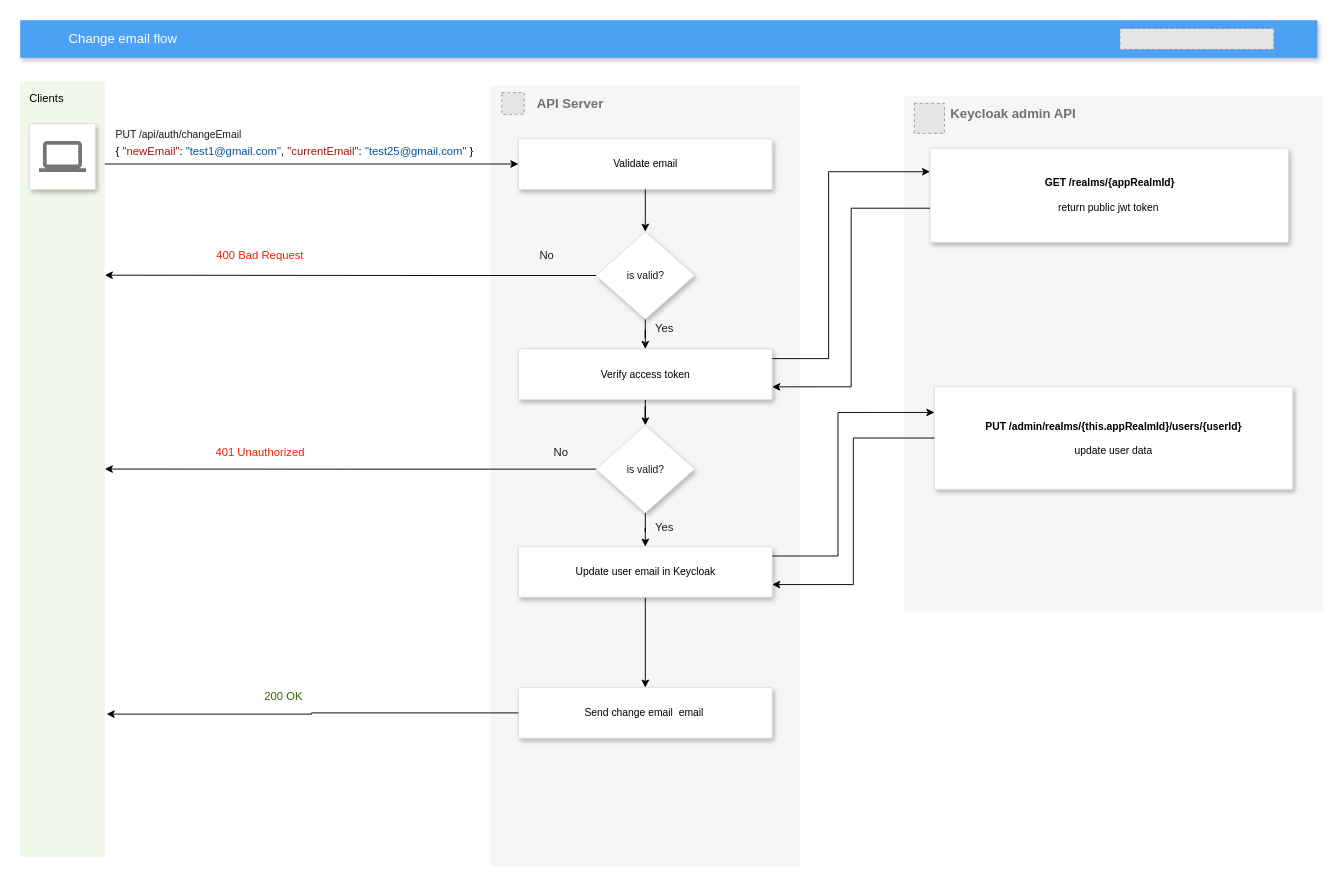
Above: diagrams/Copy of Copy of login-flow.drawio in koldunb/draw-io (draw.io), before the change. Source tidied: cells renumbered, new cells numbered last; positions are measured from the earlier drawing's top-left corner, leaving out a move shared by most shapes. Both pictures are drawn from the tidied source at 94%, with x=0, y=0 at pixel (20, 20). Pictures stored in the file or linked from it are replaced by grey dashed boxes.
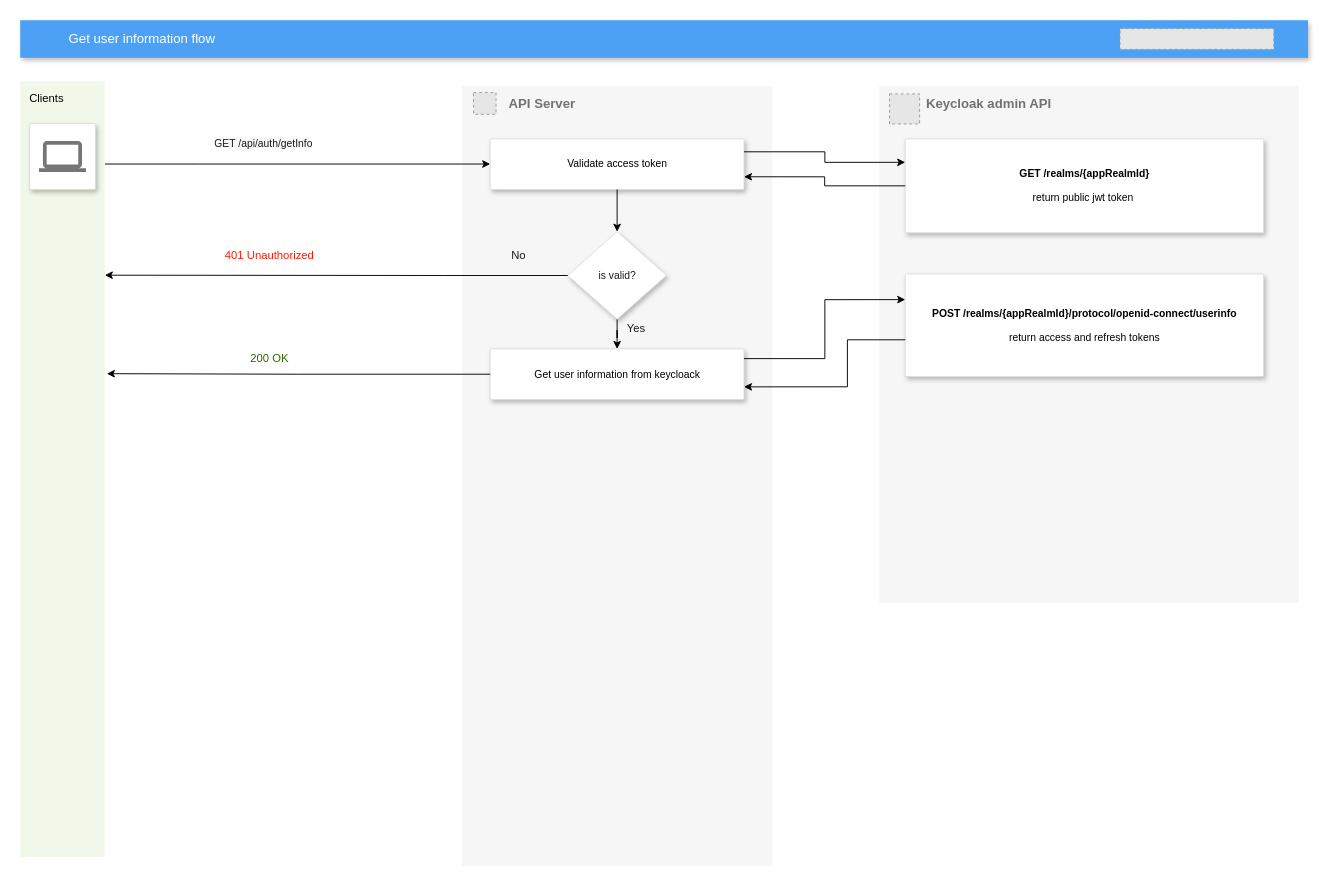
After the change.

Unchanged cells that the change refers to:
```xml
<mxCell id="20" value="&lt;font color=&quot;#000000&quot;&gt;Clients&lt;/font&gt;" style="rounded=1;absoluteArcSize=1;arcSize=0;html=1;strokeColor=none;gradientColor=none;shadow=0;dashed=0;fontSize=12;fontColor=#9E9E9E;align=left;verticalAlign=top;spacing=10;spacingTop=-4;fillColor=#F1F8E9;" parent="1" vertex="1">
  <mxGeometry y="65" width="90" height="825" as="geometry" />
</mxCell>
<mxCell id="26" value="&lt;b style=&quot;color: rgb(0, 0, 0);&quot;&gt;GET /realms/{appRealmId}&lt;/b&gt;&lt;br style=&quot;color: rgb(0, 0, 0);&quot;&gt;&lt;br style=&quot;color: rgb(0, 0, 0);&quot;&gt;&lt;span style=&quot;color: rgb(0, 0, 0);&quot;&gt;return public jwt token&amp;nbsp;&lt;/span&gt;&lt;font color=&quot;#000000&quot;&gt;&lt;br&gt;&lt;/font&gt;" style="strokeColor=#dddddd;fillColor=#ffffff;shadow=1;strokeWidth=1;rounded=1;absoluteArcSize=1;arcSize=2;fontSize=11;fontColor=#9E9E9E;align=center;html=1;" parent="24" vertex="1">
  <mxGeometry x="27.9" y="56.2" width="381.3" height="100" as="geometry" />
</mxCell>
```

Diff of the diagram source:
```diff
@@
     <mxCell id="2" value="&lt;b&gt;API Server&amp;nbsp;&lt;/b&gt;" style="fillColor=#F6F6F6;strokeColor=none;shadow=0;gradientColor=none;fontSize=14;align=left;spacing=10;fontColor=#717171;9E9E9E;verticalAlign=top;spacingTop=-4;fontStyle=0;spacingLeft=40;html=1;" parent="1" vertex="1">
-      <mxGeometry x="500" y="70" width="330" height="830" as="geometry" />
+      <mxGeometry x="470" y="70" width="330" height="830" as="geometry" />
     </mxCell>
@@
-    <mxCell id="4" value="&lt;font color=&quot;#000000&quot;&gt;Validate email&lt;/font&gt;" style="strokeColor=#dddddd;fillColor=#ffffff;shadow=1;strokeWidth=1;rounded=1;absoluteArcSize=1;arcSize=2;fontSize=11;fontColor=#9E9E9E;align=center;html=1;" parent="2" vertex="1">
+    <mxCell id="4" value="&lt;font color=&quot;#000000&quot;&gt;Validate access token&lt;/font&gt;" style="strokeColor=#dddddd;fillColor=#ffffff;shadow=1;strokeWidth=1;rounded=1;absoluteArcSize=1;arcSize=2;fontSize=11;fontColor=#9E9E9E;align=center;html=1;" parent="2" vertex="1">
       <mxGeometry x="30" y="56.2" width="270" height="53.8" as="geometry" />
     </mxCell>
@@
-    <mxCell id="10" style="edgeStyle=orthogonalEdgeStyle;rounded=0;jettySize=auto;html=1;" parent="2" edge="1" source="11" target="13">
-      <mxGeometry relative="1" as="geometry" />
-    </mxCell>
-    <mxCell id="11" value="&lt;font color=&quot;#000000&quot;&gt;Verify access token&lt;/font&gt;" style="strokeColor=#dddddd;fillColor=#ffffff;shadow=1;strokeWidth=1;rounded=1;absoluteArcSize=1;arcSize=2;fontSize=11;fontColor=#9E9E9E;align=center;html=1;" parent="2" vertex="1">
+    <mxCell id="11" value="&lt;font color=&quot;#000000&quot;&gt;Get user information from keycloack&lt;/font&gt;" style="strokeColor=#dddddd;fillColor=#ffffff;shadow=1;strokeWidth=1;rounded=1;absoluteArcSize=1;arcSize=2;fontSize=11;fontColor=#9E9E9E;align=center;html=1;" parent="2" vertex="1">
       <mxGeometry x="30" y="279.7" width="270" height="53.8" as="geometry" />
     </mxCell>
-    <mxCell id="12" style="edgeStyle=orthogonalEdgeStyle;rounded=0;jettySize=auto;html=1;" parent="2" edge="1" source="13" target="16">
-      <mxGeometry relative="1" as="geometry" />
-    </mxCell>
-    <mxCell id="13" value="&lt;span style=&quot;color: rgb(26, 26, 26);&quot;&gt;is valid?&lt;/span&gt;" style="rhombus;whiteSpace=wrap;html=1;fontSize=11;fillColor=#ffffff;strokeColor=#dddddd;fontColor=#9E9E9E;shadow=1;strokeWidth=1;rounded=1;arcSize=2;" parent="2" vertex="1">
-      <mxGeometry x="112.5" y="361" width="105" height="93.1" as="geometry" />
-    </mxCell>
-    <mxCell id="14" value="No" style="text;html=1;align=center;verticalAlign=middle;fillColor=none;strokeColor=none;rounded=0;fontColor=#1A1A1A;" parent="2" vertex="1">
-      <mxGeometry x="60" y="380" width="30" height="20" as="geometry" />
-    </mxCell>
-    <mxCell id="15" style="edgeStyle=orthogonalEdgeStyle;rounded=0;jettySize=auto;html=1;" parent="2" edge="1" source="16" target="18">
-      <mxGeometry relative="1" as="geometry" />
-    </mxCell>
-    <mxCell id="16" value="&lt;font color=&quot;#000000&quot;&gt;Update user email in Keycloak&lt;/font&gt;" style="strokeColor=#dddddd;fillColor=#ffffff;shadow=1;strokeWidth=1;rounded=1;absoluteArcSize=1;arcSize=2;fontSize=11;fontColor=#9E9E9E;align=center;html=1;" parent="2" vertex="1">
-      <mxGeometry x="30" y="490" width="270" height="53.8" as="geometry" />
-    </mxCell>
-    <mxCell id="17" value="Yes" style="text;html=1;align=center;verticalAlign=middle;fillColor=none;strokeColor=none;rounded=0;fontColor=#1A1A1A;" parent="2" vertex="1">
-      <mxGeometry x="165" y="460" width="40" height="20" as="geometry" />
-    </mxCell>
-    <mxCell id="18" value="&lt;font color=&quot;#000000&quot;&gt;Send change email&amp;nbsp; email&amp;nbsp;&lt;/font&gt;" style="strokeColor=#dddddd;fillColor=#ffffff;shadow=1;strokeWidth=1;rounded=1;absoluteArcSize=1;arcSize=2;fontSize=11;fontColor=#9E9E9E;align=center;html=1;" parent="2" vertex="1">
-      <mxGeometry x="30" y="640" width="270" height="53.8" as="geometry" />
-    </mxCell>
@@
-    <mxCell id="21" value="Change email flow" style="fillColor=#4DA1F5;strokeColor=none;shadow=1;gradientColor=none;fontSize=14;align=left;spacingLeft=50;fontColor=#ffffff;html=1;" parent="1" vertex="1">
-      <mxGeometry width="1380" height="40" as="geometry" />
+    <mxCell id="21" value="Get user information&amp;nbsp;flow" style="fillColor=#4DA1F5;strokeColor=none;shadow=1;gradientColor=none;fontSize=14;align=left;spacingLeft=50;fontColor=#ffffff;html=1;" parent="1" vertex="1">
+      <mxGeometry width="1370" height="40" as="geometry" />
     </mxCell>
@@
     <mxCell id="24" value="&lt;b&gt;Keycloak admin API&lt;/b&gt;" style="fillColor=#F6F6F6;strokeColor=none;shadow=0;gradientColor=none;fontSize=14;align=left;spacing=10;fontColor=#717171;9E9E9E;verticalAlign=top;spacingTop=-4;fontStyle=0;spacingLeft=40;html=1;" parent="1" vertex="1">
-      <mxGeometry x="940" y="80" width="446.4" height="550" as="geometry" />
+      <mxGeometry x="913.6" y="70" width="446.4" height="550" as="geometry" />
     </mxCell>
@@
-    <mxCell id="27" value="&lt;font color=&quot;#000000&quot;&gt;&lt;b&gt;PUT /admin/realms/{this.appRealmId}/users/{userId}&lt;/b&gt;&lt;br&gt;&lt;br&gt;update user data&lt;br&gt;&lt;/font&gt;" style="strokeColor=#dddddd;fillColor=#ffffff;shadow=1;strokeWidth=1;rounded=1;absoluteArcSize=1;arcSize=2;fontSize=11;fontColor=#9E9E9E;align=center;html=1;" parent="24" vertex="1">
-      <mxGeometry x="32.5" y="310" width="381.3" height="109" as="geometry" />
+    <mxCell id="27" value="&lt;font color=&quot;#000000&quot;&gt;&lt;b&gt;POST /realms/{appRealmId}/protocol/openid-connect/userinfo&lt;/b&gt;&lt;br&gt;&lt;br&gt;return access and refresh tokens&lt;br&gt;&lt;/font&gt;" style="strokeColor=#dddddd;fillColor=#ffffff;shadow=1;strokeWidth=1;rounded=1;absoluteArcSize=1;arcSize=2;fontSize=11;fontColor=#9E9E9E;align=center;html=1;" parent="24" vertex="1">
+      <mxGeometry x="27.9" y="200" width="381.3" height="109" as="geometry" />
     </mxCell>
-    <mxCell id="28" value="&lt;div style=&quot;background-color: rgb(255, 255, 254); line-height: 18px;&quot;&gt;&lt;div style=&quot;text-align: left;&quot;&gt;&lt;span style=&quot;font-size: 11px; text-align: center; background-color: rgb(248, 249, 250);&quot;&gt;&lt;font color=&quot;#1a1a1a&quot; style=&quot;font-size: 11px&quot;&gt;PUT /api/auth/&lt;/font&gt;&lt;/span&gt;&lt;font color=&quot;#1a1a1a&quot;&gt;changeEmail&lt;/font&gt;&lt;br style=&quot;font-size: 11px&quot;&gt;&lt;/div&gt;&lt;div style=&quot;font-size: 11px; color: rgb(0, 0, 0);&quot;&gt;&lt;div style=&quot;font-size: 12px; line-height: 18px;&quot;&gt;&lt;div style=&quot;line-height: 18px;&quot;&gt;{ &lt;span style=&quot;color: #a31515;&quot;&gt;&quot;newEmail&quot;&lt;/span&gt;: &lt;span style=&quot;color: #0451a5;&quot;&gt;&quot;test1@gmail.com&quot;&lt;/span&gt;, &lt;span style=&quot;color: #a31515;&quot;&gt;&quot;currentEmail&quot;&lt;/span&gt;: &lt;span style=&quot;color: #0451a5;&quot;&gt;&quot;test25@gmail.com&quot;&lt;/span&gt; } &lt;/div&gt;&lt;/div&gt;&lt;/div&gt;&lt;/div&gt;" style="text;html=1;align=left;verticalAlign=middle;fontSize=11;" parent="1" vertex="1">
-      <mxGeometry x="100" y="110" width="400" height="40" as="geometry" />
+    <mxCell id="28" value="&lt;div style=&quot;background-color: rgb(255, 255, 254); line-height: 18px;&quot;&gt;&lt;div style=&quot;&quot;&gt;&lt;span style=&quot;font-size: 11px; text-align: center; background-color: rgb(248, 249, 250);&quot;&gt;&lt;font color=&quot;#1a1a1a&quot; style=&quot;font-size: 11px&quot;&gt;GET /api/auth/getInfo&lt;/font&gt;&lt;/span&gt;&lt;/div&gt;&lt;/div&gt;" style="text;html=1;align=left;verticalAlign=middle;fontSize=11;" parent="1" vertex="1">
+      <mxGeometry x="205" y="120" width="120" height="20" as="geometry" />
     </mxCell>
@@
-    <mxCell id="31" style="edgeStyle=orthogonalEdgeStyle;rounded=0;jettySize=auto;html=1;entryX=1.022;entryY=0.816;entryDx=0;entryDy=0;entryPerimeter=0;fontColor=#FF1900;" parent="1" edge="1" source="18" target="20">
-      <mxGeometry relative="1" as="geometry" />
-    </mxCell>
     <mxCell id="32" value="200 OK" style="text;html=1;align=center;verticalAlign=middle;fillColor=default;fontColor=#336600;" parent="1" vertex="1">
-      <mxGeometry x="250" y="710" width="60" height="20" as="geometry" />
+      <mxGeometry x="235" y="350" width="60" height="20" as="geometry" />
     </mxCell>
-    <mxCell id="33" value="&lt;font color=&quot;#ff1900&quot;&gt;400 Bad Request&lt;/font&gt;" style="text;html=1;align=center;verticalAlign=middle;fillColor=default;fontColor=#336600;" parent="1" vertex="1">
-      <mxGeometry x="200" y="240" width="110" height="20" as="geometry" />
+    <mxCell id="33" value="&lt;font color=&quot;#ff1900&quot;&gt;401 Unauthorized&lt;/font&gt;" style="text;html=1;align=center;verticalAlign=middle;fillColor=default;fontColor=#336600;" parent="1" vertex="1">
+      <mxGeometry x="210" y="240" width="110" height="20" as="geometry" />
     </mxCell>
-    <mxCell id="34" style="edgeStyle=orthogonalEdgeStyle;rounded=0;jettySize=auto;html=1;" parent="1" edge="1" source="13" target="20">
-      <mxGeometry relative="1" as="geometry" />
-    </mxCell>
-    <mxCell id="35" value="&lt;font color=&quot;#ff1900&quot;&gt;401 Unauthorized&lt;/font&gt;" style="text;html=1;align=center;verticalAlign=middle;fillColor=default;fontColor=#336600;" parent="1" vertex="1">
-      <mxGeometry x="200" y="450" width="110" height="20" as="geometry" />
-    </mxCell>
-    <mxCell id="36" style="edgeStyle=orthogonalEdgeStyle;rounded=0;jettySize=auto;html=1;entryX=0;entryY=0.25;entryDx=0;entryDy=0;" parent="1" edge="1" source="11" target="26">
-      <mxGeometry relative="1" as="geometry">
-        <Array as="points">
-          <mxPoint x="860" y="360" />
-          <mxPoint x="860" y="161" />
-        </Array>
-      </mxGeometry>
-    </mxCell>
-    <mxCell id="37" style="edgeStyle=orthogonalEdgeStyle;rounded=0;jettySize=auto;html=1;entryX=1;entryY=0.75;entryDx=0;entryDy=0;" parent="1" edge="1" source="26" target="11">
-      <mxGeometry relative="1" as="geometry">
-        <Array as="points">
-          <mxPoint x="884" y="200" />
-          <mxPoint x="884" y="390" />
-        </Array>
-      </mxGeometry>
-    </mxCell>
-    <mxCell id="38" style="edgeStyle=orthogonalEdgeStyle;rounded=0;jettySize=auto;html=1;entryX=0;entryY=0.25;entryDx=0;entryDy=0;" parent="1" edge="1" source="16" target="27">
-      <mxGeometry relative="1" as="geometry">
-        <Array as="points">
-          <mxPoint x="870" y="570" />
-          <mxPoint x="870" y="417" />
-        </Array>
-      </mxGeometry>
-    </mxCell>
-    <mxCell id="39" style="edgeStyle=orthogonalEdgeStyle;rounded=0;jettySize=auto;html=1;entryX=1;entryY=0.75;entryDx=0;entryDy=0;" parent="1" edge="1" source="27" target="16">
-      <mxGeometry relative="1" as="geometry" />
-    </mxCell>
+    <mxCell id="40" style="edgeStyle=orthogonalEdgeStyle;rounded=0;jettySize=auto;html=1;entryX=0;entryY=0.25;entryDx=0;entryDy=0;" parent="1" edge="1" source="4" target="26">
+      <mxGeometry relative="1" as="geometry">
+        <Array as="points">
+          <mxPoint x="856" y="140" />
+          <mxPoint x="856" y="151" />
+        </Array>
+      </mxGeometry>
+    </mxCell>
+    <mxCell id="41" style="edgeStyle=orthogonalEdgeStyle;rounded=0;jettySize=auto;html=1;entryX=1;entryY=0.75;entryDx=0;entryDy=0;" parent="1" edge="1" source="26" target="4">
+      <mxGeometry relative="1" as="geometry" />
+    </mxCell>
+    <mxCell id="42" style="edgeStyle=orthogonalEdgeStyle;rounded=0;jettySize=auto;html=1;entryX=0;entryY=0.25;entryDx=0;entryDy=0;" parent="1" edge="1" source="11" target="27">
+      <mxGeometry relative="1" as="geometry">
+        <Array as="points">
+          <mxPoint x="856" y="360" />
+          <mxPoint x="856" y="297" />
+        </Array>
+      </mxGeometry>
+    </mxCell>
+    <mxCell id="43" style="edgeStyle=orthogonalEdgeStyle;rounded=0;jettySize=auto;html=1;entryX=1;entryY=0.75;entryDx=0;entryDy=0;" parent="1" edge="1" source="27" target="11">
+      <mxGeometry relative="1" as="geometry">
+        <Array as="points">
+          <mxPoint x="880" y="340" />
+          <mxPoint x="880" y="390" />
+        </Array>
+      </mxGeometry>
+    </mxCell>
+    <mxCell id="44" style="edgeStyle=orthogonalEdgeStyle;rounded=0;jettySize=auto;html=1;entryX=1.024;entryY=0.377;entryDx=0;entryDy=0;entryPerimeter=0;" parent="1" edge="1" source="11" target="20">
+      <mxGeometry relative="1" as="geometry" />
+    </mxCell>
```
